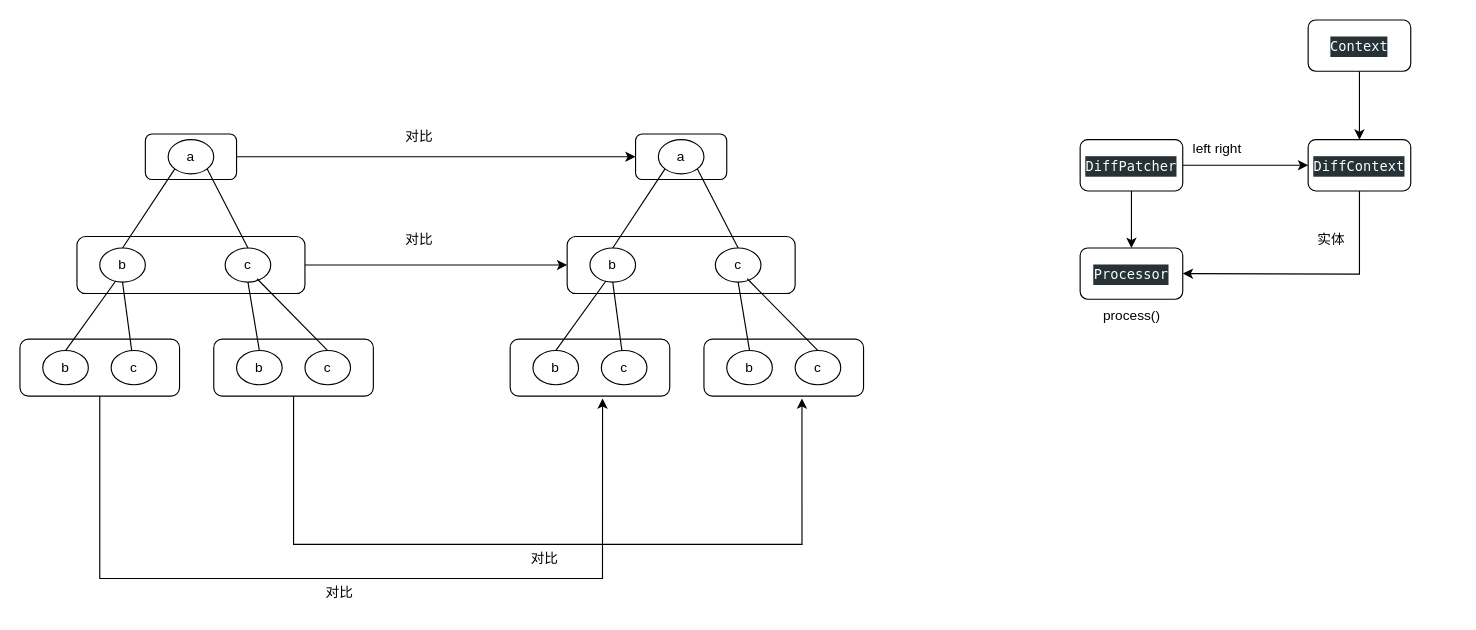
Before: 协同编辑.drawio in yuxinyu12345/diagrams, a draw.io diagram. Source tidied: cells renumbered, new cells numbered last; positions are measured from the earlier drawing's top-left corner, leaving out a move shared by most shapes. Both pictures are drawn from the tidied source at 114%, with x=0, y=0 at pixel (19, 19).
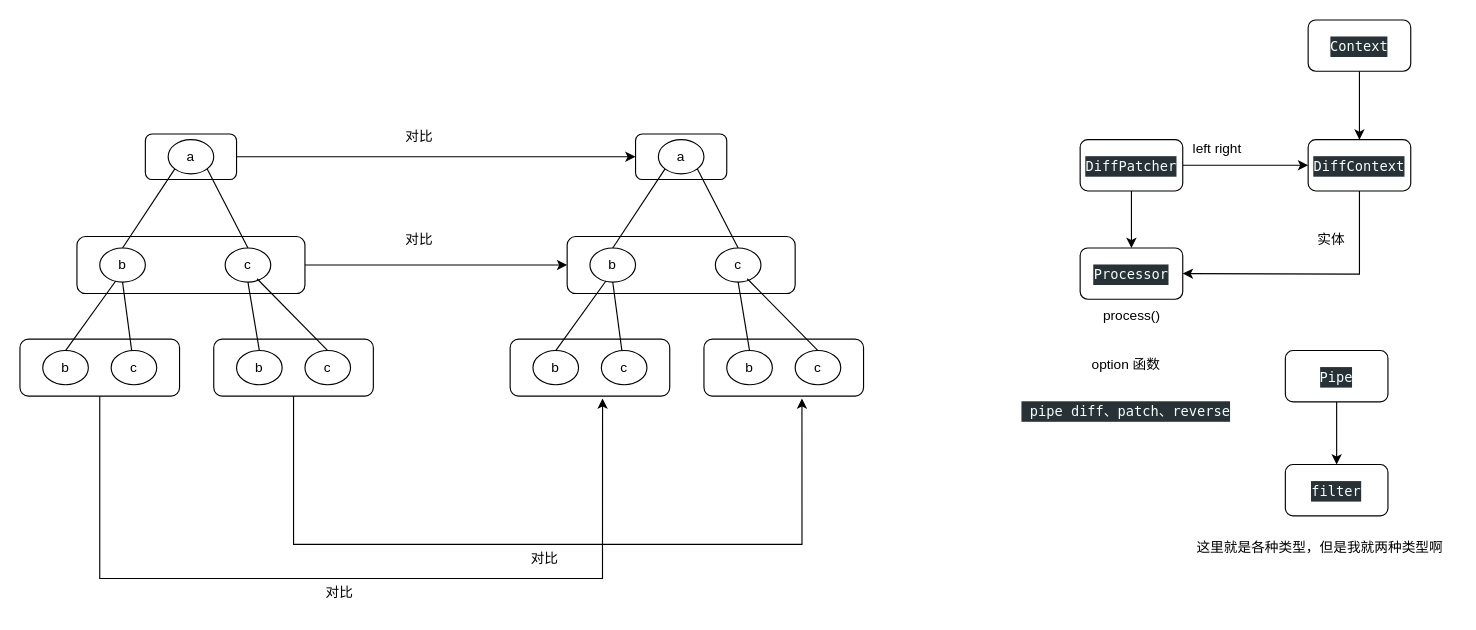
After the change.

Commit message:
更新协同编辑.drawio

What changed in the source:
```diff
@@
+    <mxCell id="55" value="option 函数" style="text;html=1;align=center;verticalAlign=middle;strokeColor=none;fillColor=none;" parent="1" vertex="1">
+      <mxGeometry x="930" y="288" width="80" height="30" as="geometry" />
+    </mxCell>
+    <mxCell id="56" value="&lt;div style=&quot;color: rgb(242, 255, 252); background-color: rgb(39, 49, 54); font-family: Menlo, Monaco, &amp;quot;Courier New&amp;quot;, monospace; line-height: 18px;&quot;&gt;&amp;nbsp;pipe diff、patch、reverse&lt;/div&gt;" style="text;html=1;align=center;verticalAlign=middle;strokeColor=none;fillColor=none;" parent="1" vertex="1">
+      <mxGeometry x="865" y="328" width="210" height="30" as="geometry" />
+    </mxCell>
+    <mxCell id="57" style="edgeStyle=orthogonalEdgeStyle;rounded=0;jettySize=auto;html=1;" parent="1" edge="1" source="58" target="59">
+      <mxGeometry relative="1" as="geometry" />
+    </mxCell>
+    <mxCell id="58" value="&lt;div style=&quot;color: rgb(242, 255, 252); background-color: rgb(39, 49, 54); font-family: Menlo, Monaco, &amp;quot;Courier New&amp;quot;, monospace; line-height: 18px;&quot;&gt;&lt;div style=&quot;line-height: 18px;&quot;&gt;&lt;div style=&quot;line-height: 18px;&quot;&gt;Pipe&lt;/div&gt;&lt;/div&gt;&lt;/div&gt;" style="rounded=1;whiteSpace=wrap;html=1;" parent="1" vertex="1">
+      <mxGeometry x="1110" y="290" width="90" height="45" as="geometry" />
+    </mxCell>
+    <mxCell id="59" value="&lt;div style=&quot;color: rgb(242, 255, 252); background-color: rgb(39, 49, 54); font-family: Menlo, Monaco, &amp;quot;Courier New&amp;quot;, monospace; line-height: 18px;&quot;&gt;&lt;div style=&quot;line-height: 18px;&quot;&gt;&lt;div style=&quot;line-height: 18px;&quot;&gt;&lt;div style=&quot;line-height: 18px;&quot;&gt;filter&lt;/div&gt;&lt;/div&gt;&lt;/div&gt;&lt;/div&gt;" style="rounded=1;whiteSpace=wrap;html=1;" parent="1" vertex="1">
+      <mxGeometry x="1110" y="390" width="90" height="45" as="geometry" />
+    </mxCell>
+    <mxCell id="60" value="这里就是各种类型，但是我就两种类型啊" style="text;html=1;align=center;verticalAlign=middle;strokeColor=none;fillColor=none;" parent="1" vertex="1">
+      <mxGeometry x="1020" y="448" width="240" height="30" as="geometry" />
+    </mxCell>
```
